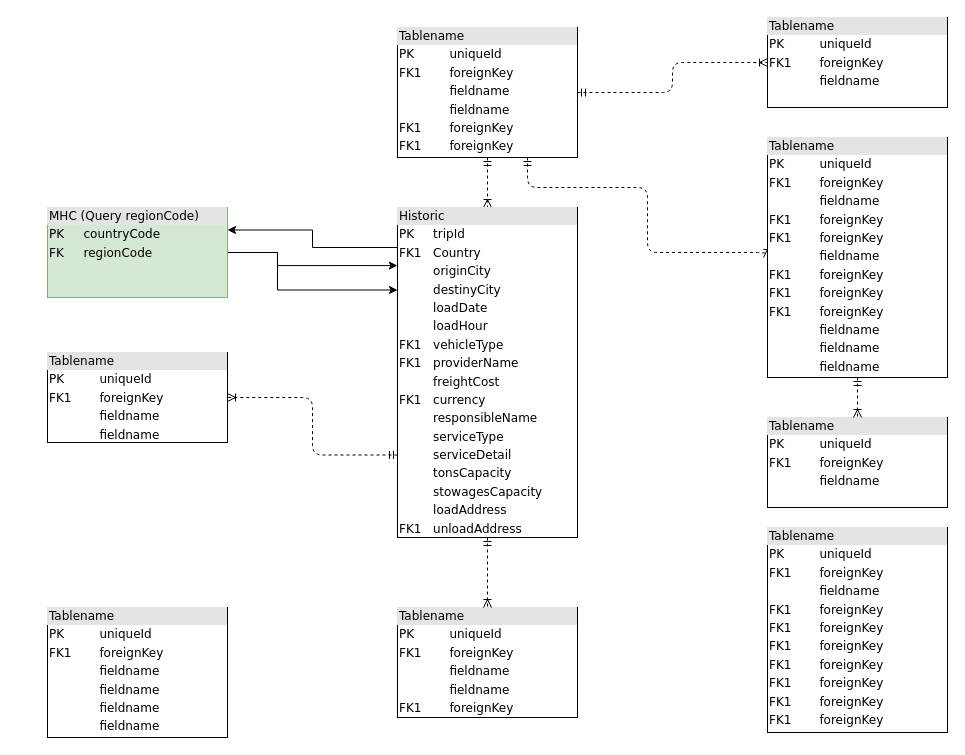
FrubanAZB/Graphics keeps this draw.io diagram as Diagrama sin título.drawio. Above is the earlier version. Source tidied: cells renumbered, new cells numbered last; positions are measured from the earlier drawing's top-left corner, leaving out a move shared by most shapes. Both pictures are drawn from the tidied source at 100%, with x=0, y=0 at pixel (47, 17).
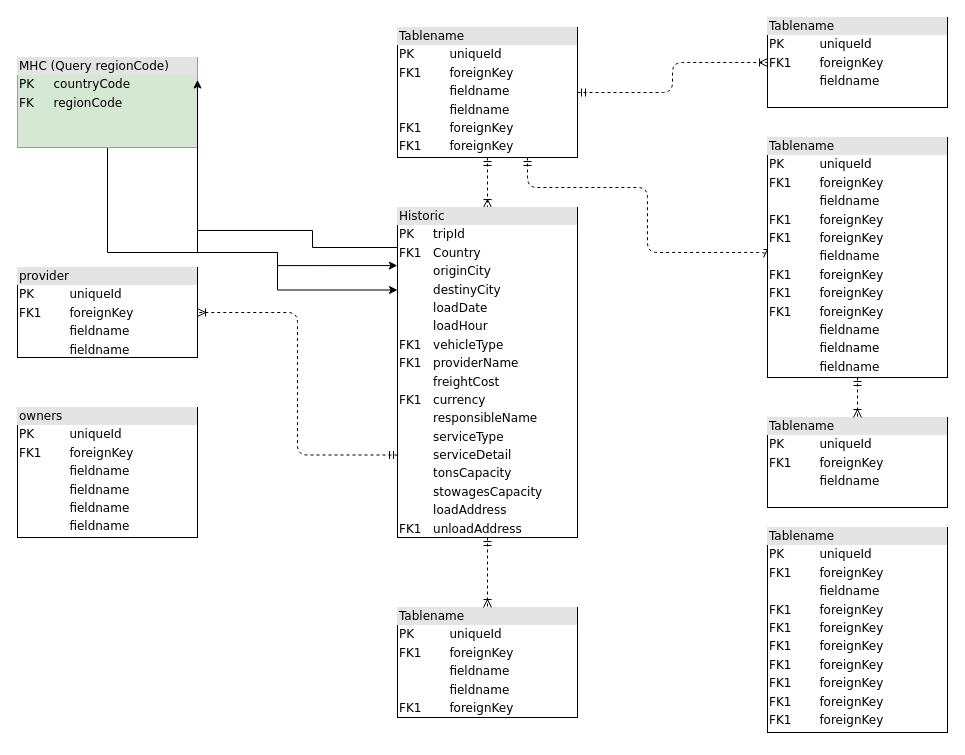
The same diagram, later.

The edit, as a diff of the source:
```diff
@@
-    <mxCell id="7" value="&lt;div style=&quot;box-sizing: border-box ; width: 100% ; background: #e4e4e4 ; padding: 2px&quot;&gt;Tablename&lt;/div&gt;&lt;table style=&quot;width: 100% ; font-size: 1em&quot; cellpadding=&quot;2&quot; cellspacing=&quot;0&quot;&gt;&lt;tbody&gt;&lt;tr&gt;&lt;td&gt;PK&lt;/td&gt;&lt;td&gt;uniqueId&lt;/td&gt;&lt;/tr&gt;&lt;tr&gt;&lt;td&gt;FK1&lt;/td&gt;&lt;td&gt;foreignKey&lt;/td&gt;&lt;/tr&gt;&lt;tr&gt;&lt;td&gt;&lt;/td&gt;&lt;td&gt;fieldname&lt;/td&gt;&lt;/tr&gt;&lt;tr&gt;&lt;td&gt;&lt;br&gt;&lt;/td&gt;&lt;td&gt;fieldname&lt;br&gt;&lt;/td&gt;&lt;/tr&gt;&lt;/tbody&gt;&lt;/table&gt;" style="verticalAlign=top;align=left;overflow=fill;html=1;rounded=0;shadow=0;comic=0;labelBackgroundColor=none;strokeWidth=1;fontFamily=Verdana;fontSize=12;" parent="1" vertex="1">
-      <mxGeometry y="335" width="180" height="90" as="geometry" />
+    <mxCell id="7" value="&lt;div style=&quot;box-sizing: border-box ; width: 100% ; background: #e4e4e4 ; padding: 2px&quot;&gt;provider&lt;/div&gt;&lt;table style=&quot;width: 100% ; font-size: 1em&quot; cellpadding=&quot;2&quot; cellspacing=&quot;0&quot;&gt;&lt;tbody&gt;&lt;tr&gt;&lt;td&gt;PK&lt;/td&gt;&lt;td&gt;uniqueId&lt;/td&gt;&lt;/tr&gt;&lt;tr&gt;&lt;td&gt;FK1&lt;/td&gt;&lt;td&gt;foreignKey&lt;/td&gt;&lt;/tr&gt;&lt;tr&gt;&lt;td&gt;&lt;/td&gt;&lt;td&gt;fieldname&lt;/td&gt;&lt;/tr&gt;&lt;tr&gt;&lt;td&gt;&lt;br&gt;&lt;/td&gt;&lt;td&gt;fieldname&lt;br&gt;&lt;/td&gt;&lt;/tr&gt;&lt;/tbody&gt;&lt;/table&gt;" style="verticalAlign=top;align=left;overflow=fill;html=1;rounded=0;shadow=0;comic=0;labelBackgroundColor=none;strokeWidth=1;fontFamily=Verdana;fontSize=12;" parent="1" vertex="1">
+      <mxGeometry x="-30" y="250" width="180" height="90" as="geometry" />
     </mxCell>
@@
     <mxCell id="10" value="&lt;div style=&quot;box-sizing: border-box ; width: 100% ; background: #e4e4e4 ; padding: 2px&quot;&gt;MHC (Query regionCode)&lt;/div&gt;&lt;table style=&quot;width: 100% ; font-size: 1em&quot; cellpadding=&quot;2&quot; cellspacing=&quot;0&quot;&gt;&lt;tbody&gt;&lt;tr&gt;&lt;td&gt;PK&lt;/td&gt;&lt;td&gt;countryCode&lt;/td&gt;&lt;/tr&gt;&lt;tr&gt;&lt;td&gt;FK&lt;/td&gt;&lt;td&gt;regionCode&lt;/td&gt;&lt;/tr&gt;&lt;tr&gt;&lt;td&gt;&lt;/td&gt;&lt;td&gt;&lt;br&gt;&lt;/td&gt;&lt;/tr&gt;&lt;/tbody&gt;&lt;/table&gt;" style="verticalAlign=top;align=left;overflow=fill;html=1;rounded=0;shadow=0;comic=0;labelBackgroundColor=none;strokeWidth=1;fontFamily=Verdana;fontSize=12;fillColor=#d5e8d4;strokeColor=#82b366;" parent="1" vertex="1">
-      <mxGeometry y="190" width="180" height="90" as="geometry" />
+      <mxGeometry x="-30" y="40" width="180" height="90" as="geometry" />
     </mxCell>
@@
-    <mxCell id="20" value="&lt;div style=&quot;box-sizing: border-box ; width: 100% ; background: #e4e4e4 ; padding: 2px&quot;&gt;Tablename&lt;/div&gt;&lt;table style=&quot;width: 100% ; font-size: 1em&quot; cellpadding=&quot;2&quot; cellspacing=&quot;0&quot;&gt;&lt;tbody&gt;&lt;tr&gt;&lt;td&gt;PK&lt;/td&gt;&lt;td&gt;uniqueId&lt;/td&gt;&lt;/tr&gt;&lt;tr&gt;&lt;td&gt;FK1&lt;/td&gt;&lt;td&gt;foreignKey&lt;/td&gt;&lt;/tr&gt;&lt;tr&gt;&lt;td&gt;&lt;/td&gt;&lt;td&gt;fieldname&lt;/td&gt;&lt;/tr&gt;&lt;tr&gt;&lt;td&gt;&lt;br&gt;&lt;/td&gt;&lt;td&gt;fieldname&lt;br&gt;&lt;/td&gt;&lt;/tr&gt;&lt;tr&gt;&lt;td&gt;&lt;br&gt;&lt;/td&gt;&lt;td&gt;fieldname&lt;br&gt;&lt;/td&gt;&lt;/tr&gt;&lt;tr&gt;&lt;td&gt;&lt;br&gt;&lt;/td&gt;&lt;td&gt;fieldname&lt;br&gt;&lt;/td&gt;&lt;/tr&gt;&lt;/tbody&gt;&lt;/table&gt;" style="verticalAlign=top;align=left;overflow=fill;html=1;rounded=0;shadow=0;comic=0;labelBackgroundColor=none;strokeWidth=1;fontFamily=Verdana;fontSize=12;" parent="1" vertex="1">
-      <mxGeometry y="590" width="180" height="130" as="geometry" />
+    <mxCell id="20" value="&lt;div style=&quot;box-sizing: border-box ; width: 100% ; background: #e4e4e4 ; padding: 2px&quot;&gt;owners&amp;nbsp;&lt;/div&gt;&lt;table style=&quot;width: 100% ; font-size: 1em&quot; cellpadding=&quot;2&quot; cellspacing=&quot;0&quot;&gt;&lt;tbody&gt;&lt;tr&gt;&lt;td&gt;PK&lt;/td&gt;&lt;td&gt;uniqueId&lt;/td&gt;&lt;/tr&gt;&lt;tr&gt;&lt;td&gt;FK1&lt;/td&gt;&lt;td&gt;foreignKey&lt;/td&gt;&lt;/tr&gt;&lt;tr&gt;&lt;td&gt;&lt;/td&gt;&lt;td&gt;fieldname&lt;/td&gt;&lt;/tr&gt;&lt;tr&gt;&lt;td&gt;&lt;br&gt;&lt;/td&gt;&lt;td&gt;fieldname&lt;br&gt;&lt;/td&gt;&lt;/tr&gt;&lt;tr&gt;&lt;td&gt;&lt;br&gt;&lt;/td&gt;&lt;td&gt;fieldname&lt;br&gt;&lt;/td&gt;&lt;/tr&gt;&lt;tr&gt;&lt;td&gt;&lt;br&gt;&lt;/td&gt;&lt;td&gt;fieldname&lt;br&gt;&lt;/td&gt;&lt;/tr&gt;&lt;/tbody&gt;&lt;/table&gt;" style="verticalAlign=top;align=left;overflow=fill;html=1;rounded=0;shadow=0;comic=0;labelBackgroundColor=none;strokeWidth=1;fontFamily=Verdana;fontSize=12;" parent="1" vertex="1">
+      <mxGeometry x="-30" y="390" width="180" height="130" as="geometry" />
     </mxCell>
```
